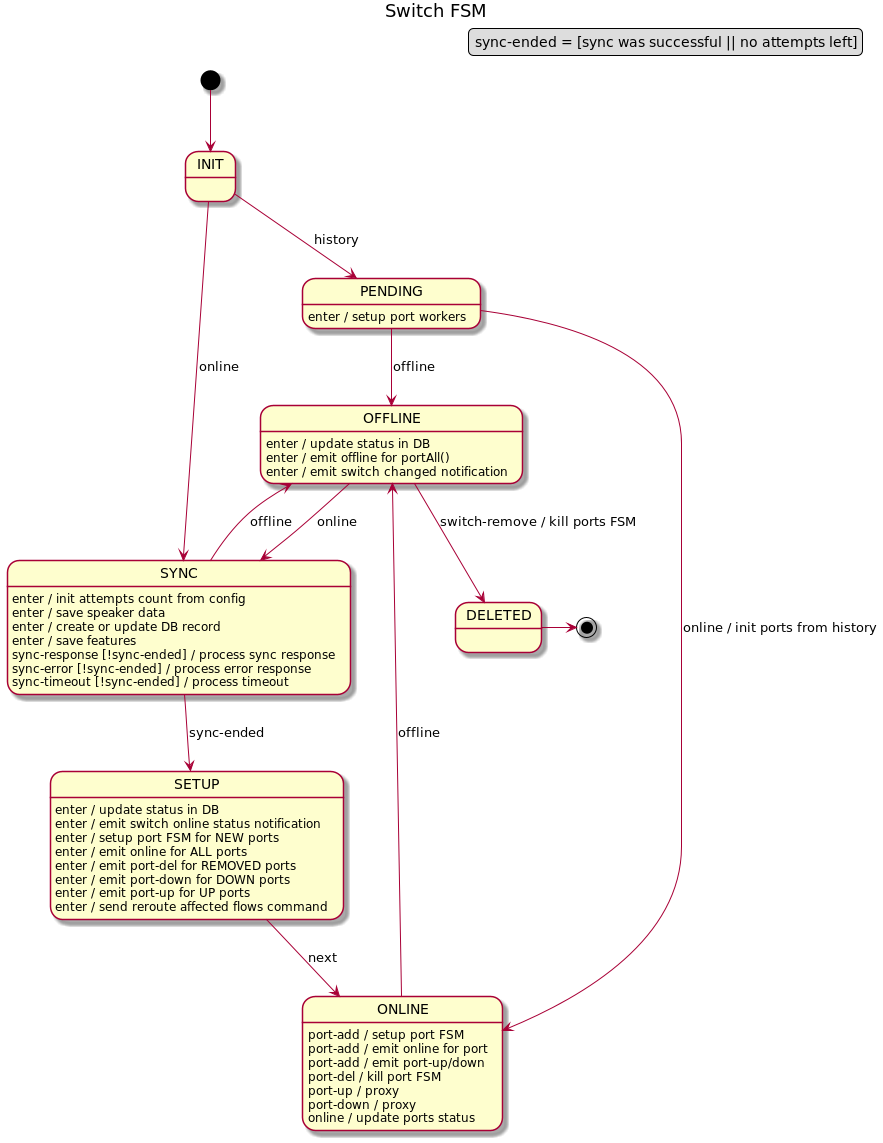
telstra/open-kilda keeps this PlantUML diagram as docs/design/network-discovery/switch-FSM.png. Above is the earlier version.
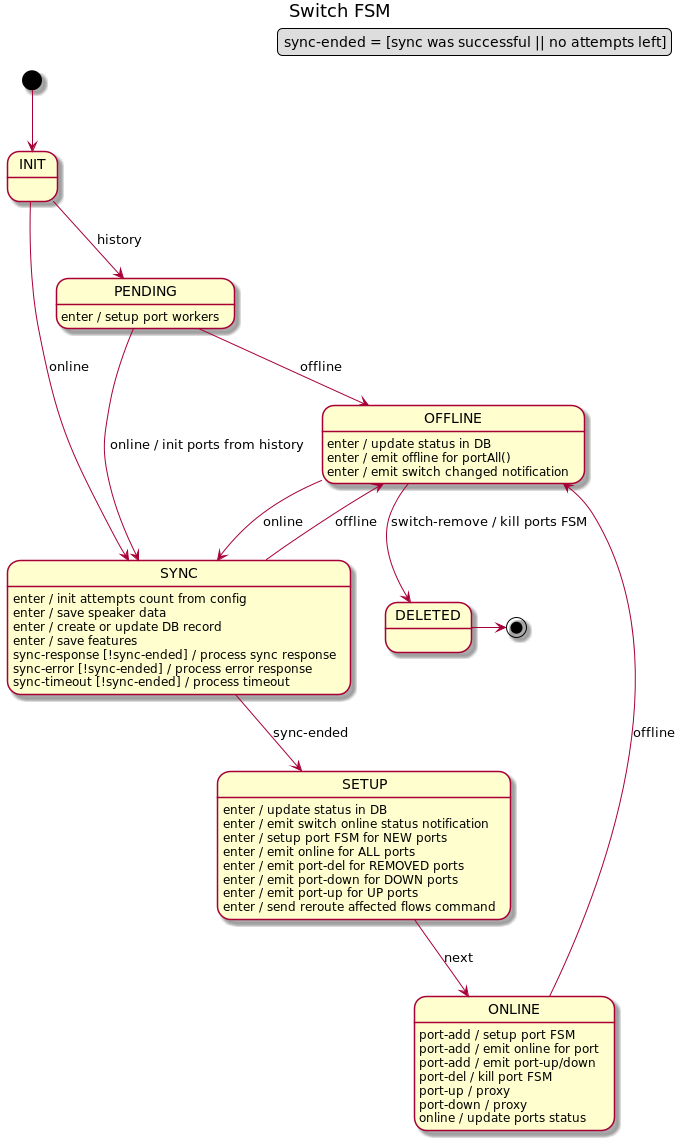
The same file after the commit.

Commit message:
Updated version of switch fsm to fix bfd

The edit, as a diff of the source:
```diff
@@ -11,7 +11,7 @@
 INIT --> PENDING : history
 
 PENDING : enter / setup port workers
-PENDING --> ONLINE : online / init ports from history
+PENDING --> SYNC : online / init ports from history
 PENDING --> OFFLINE : offline
 
 SYNC : enter / init attempts count from config
```
